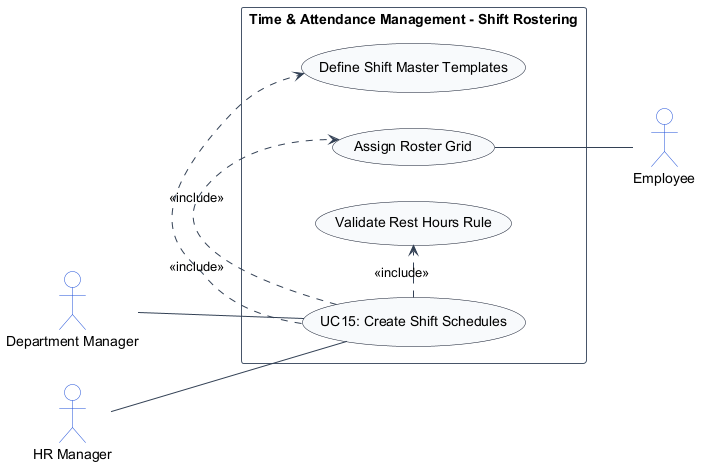
The PlantUML diagram usecase_images/UC15.png in TamBui1706/HRPlatform, before a commit.
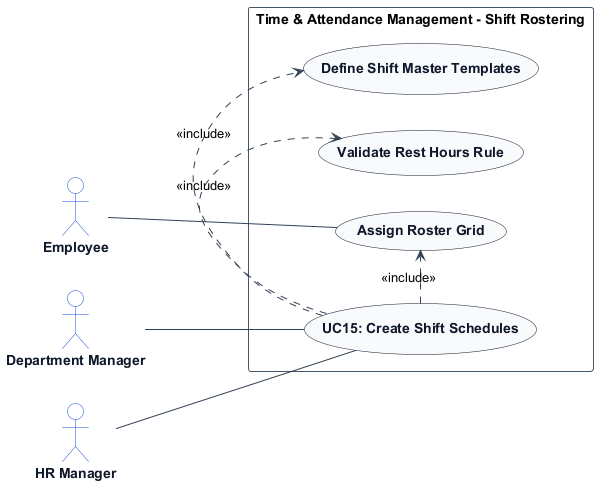
Later version of the same file.

Diff of the diagram source:
```diff
@@ -7,8 +7,14 @@
 skinparam ArrowColor #334155
 skinparam ActorBorderColor #1d4ed8
 skinparam ActorBackgroundColor #ffffff
+skinparam ActorFontColor #0f172a
+skinparam ActorFontStyle bold
+
 skinparam UsecaseBorderColor #0f172a
 skinparam UsecaseBackgroundColor #f8fafc
+skinparam UsecaseFontColor #0f172a
+skinparam UsecaseFontStyle bold
+
 skinparam RectangleBorderColor #475569
 skinparam RectangleBackgroundColor #ffffff
 
@@ -24,9 +30,9 @@
 
     DepartmentManager -- UC_Main
     HRManager -- UC_Main
+    Employee -- UC_GridAssign
     UC_Main .> UC_DefTemplates : <<include>>
     UC_Main .> UC_GridAssign : <<include>>
     UC_Main .> UC_CheckRest : <<include>>
-    UC_GridAssign -- Employee
 }
 @enduml
```
